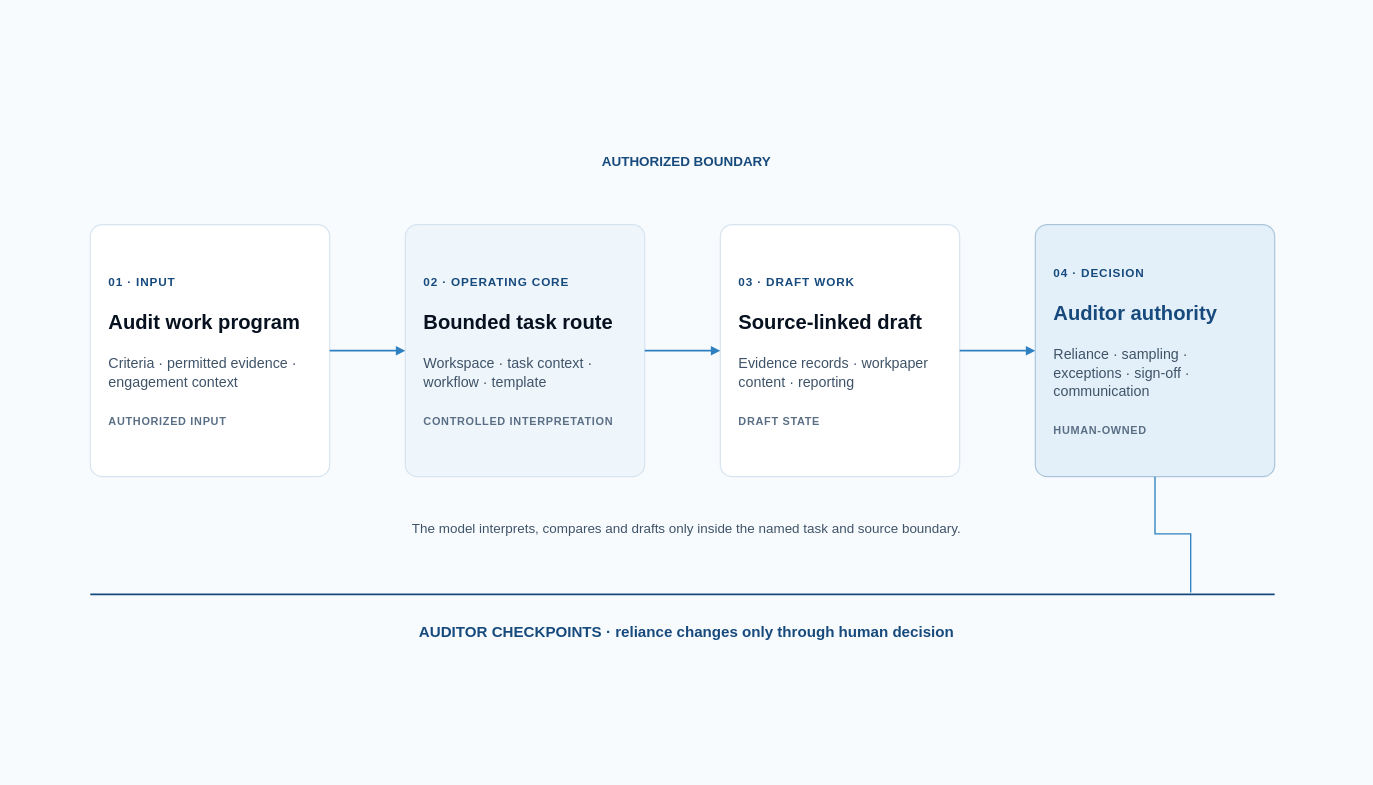
Above: aeos/assets/source/aeos-operating-model.drawio in busera/busera.github.io (draw.io), before the change. Source tidied: cells renumbered, new cells numbered last; positions are measured from the earlier drawing's top-left corner, leaving out a move shared by most shapes. Both pictures are drawn from the tidied source at 84%, with x=0, y=0 at pixel (64, 60).
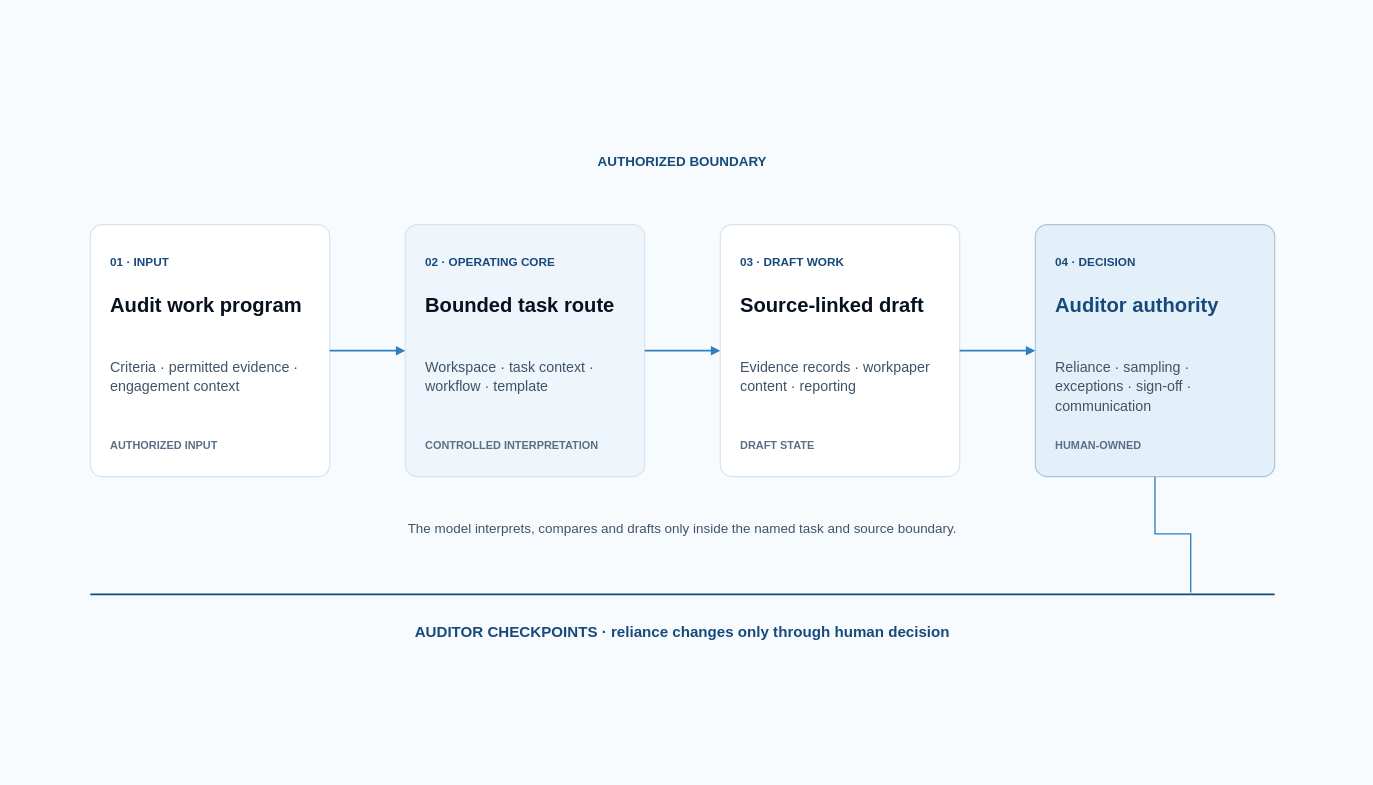
The same page after the edit.

Commit message (it also covers changes not shown here):
fix(aeos): align diagram typography

The edit, as a diff of the source:
```diff
@@
     <mxCell id="2" style="shape=rectangle;fillColor=none;strokeColor=none;opacity=0;html=1;" parent="1" vertex="1">
-      <mxGeometry width="1482.5" height="792.5" as="geometry" />
+      <mxGeometry x="-59" y="-54" width="1600" height="900" as="geometry" />
     </mxCell>
-    <mxCell id="3" value="&lt;div style=&quot;line-height:1.25;&quot;&gt;&lt;span style=&quot;font-size:14px;font-weight:700;letter-spacing:1px;color:#174A7C;&quot;&gt;01 · INPUT&lt;/span&gt;&lt;br&gt;&lt;br&gt;&lt;span style=&quot;font-size:24px;font-weight:700;color:#07111F;&quot;&gt;Audit work program&lt;/span&gt;&lt;br&gt;&lt;br&gt;&lt;span style=&quot;font-size:17px;color:#3F5368;&quot;&gt;Criteria · permitted evidence · engagement context&lt;/span&gt;&lt;br&gt;&lt;br&gt;&lt;span style=&quot;font-size:13px;font-weight:700;letter-spacing:0.8px;color:#5A6F85;&quot;&gt;AUTHORIZED INPUT&lt;/span&gt;&lt;/div&gt;" style="rounded=1;arcSize=5;whiteSpace=wrap;html=1;fillColor=#FFFFFF;strokeColor=#D6E4F0;strokeWidth=1.4;align=left;verticalAlign=middle;fontFamily=Helvetica;fontSize=18;fontColor=#07111F;spacingTop=18;spacingBottom=18;spacingLeft=20;spacingRight=20;shadow=0;" parent="1" vertex="1">
+    <mxCell id="3" style="rounded=1;arcSize=5;whiteSpace=wrap;html=1;fillColor=#FFFFFF;strokeColor=#D6E4F0;strokeWidth=1.4;shadow=0;" parent="1" vertex="1">
       <mxGeometry x="31" y="196" width="285" height="300" as="geometry" />
     </mxCell>
+    <mxCell id="16" value="01 · INPUT" style="text;html=1;whiteSpace=wrap;overflow=hidden;strokeColor=none;fillColor=none;spacing=0;spacingTop=0;spacingBottom=0;spacingLeft=0;spacingRight=0;align=left;verticalAlign=top;fontFamily=Helvetica;fontColor=#174A7C;fontSize=14;fontStyle=1;" parent="1" vertex="1">
+      <mxGeometry x="55" y="228" width="237" height="22" as="geometry" />
+    </mxCell>
+    <mxCell id="17" value="Audit work program" style="text;html=1;whiteSpace=wrap;overflow=hidden;strokeColor=none;fillColor=none;spacing=0;spacingTop=0;spacingBottom=0;spacingLeft=0;spacingRight=0;align=left;verticalAlign=top;fontFamily=Helvetica;fontColor=#07111F;fontSize=24;fontStyle=1;" parent="1" vertex="1">
+      <mxGeometry x="55" y="274" width="237" height="58" as="geometry" />
+    </mxCell>
+    <mxCell id="18" value="&lt;div style=&quot;line-height:1.35;&quot;&gt;Criteria · permitted evidence ·&lt;br&gt;engagement context&lt;/div&gt;" style="text;html=1;whiteSpace=wrap;overflow=hidden;strokeColor=none;fillColor=none;spacing=0;spacingTop=0;spacingBottom=0;spacingLeft=0;spacingRight=0;align=left;verticalAlign=top;fontFamily=Helvetica;fontColor=#3F5368;fontSize=17;fontStyle=0;" parent="1" vertex="1">
+      <mxGeometry x="55" y="351" width="237" height="74" as="geometry" />
+    </mxCell>
+    <mxCell id="19" value="AUTHORIZED INPUT" style="text;html=1;whiteSpace=wrap;overflow=hidden;strokeColor=none;fillColor=none;spacing=0;spacingTop=0;spacingBottom=0;spacingLeft=0;spacingRight=0;align=left;verticalAlign=top;fontFamily=Helvetica;fontColor=#5A6F85;fontSize=13;fontStyle=1;" parent="1" vertex="1">
+      <mxGeometry x="55" y="446" width="237" height="22" as="geometry" />
+    </mxCell>
-    <mxCell id="4" value="&lt;div style=&quot;line-height:1.25;&quot;&gt;&lt;span style=&quot;font-size:14px;font-weight:700;letter-spacing:1px;color:#174A7C;&quot;&gt;02 · OPERATING CORE&lt;/span&gt;&lt;br&gt;&lt;br&gt;&lt;span style=&quot;font-size:24px;font-weight:700;color:#07111F;&quot;&gt;Bounded task route&lt;/span&gt;&lt;br&gt;&lt;br&gt;&lt;span style=&quot;font-size:17px;color:#3F5368;&quot;&gt;Workspace · task context · workflow · template&lt;/span&gt;&lt;br&gt;&lt;br&gt;&lt;span style=&quot;font-size:13px;font-weight:700;letter-spacing:0.8px;color:#5A6F85;&quot;&gt;CONTROLLED INTERPRETATION&lt;/span&gt;&lt;/div&gt;" style="rounded=1;arcSize=5;whiteSpace=wrap;html=1;fillColor=#EEF5FB;strokeColor=#D6E4F0;strokeWidth=1.4;align=left;verticalAlign=middle;fontFamily=Helvetica;fontSize=18;fontColor=#07111F;spacingTop=18;spacingBottom=18;spacingLeft=20;spacingRight=20;shadow=0;" parent="1" vertex="1">
+    <mxCell id="4" style="rounded=1;arcSize=5;whiteSpace=wrap;html=1;fillColor=#EEF5FB;strokeColor=#D6E4F0;strokeWidth=1.4;shadow=0;" parent="1" vertex="1">
       <mxGeometry x="406" y="196" width="285" height="300" as="geometry" />
     </mxCell>
+    <mxCell id="20" value="02 · OPERATING CORE" style="text;html=1;whiteSpace=wrap;overflow=hidden;strokeColor=none;fillColor=none;spacing=0;spacingTop=0;spacingBottom=0;spacingLeft=0;spacingRight=0;align=left;verticalAlign=top;fontFamily=Helvetica;fontColor=#174A7C;fontSize=14;fontStyle=1;" parent="1" vertex="1">
+      <mxGeometry x="430" y="228" width="237" height="22" as="geometry" />
+    </mxCell>
+    <mxCell id="21" value="Bounded task route" style="text;html=1;whiteSpace=wrap;overflow=hidden;strokeColor=none;fillColor=none;spacing=0;spacingTop=0;spacingBottom=0;spacingLeft=0;spacingRight=0;align=left;verticalAlign=top;fontFamily=Helvetica;fontColor=#07111F;fontSize=24;fontStyle=1;" parent="1" vertex="1">
+      <mxGeometry x="430" y="274" width="237" height="58" as="geometry" />
+    </mxCell>
+    <mxCell id="22" value="&lt;div style=&quot;line-height:1.35;&quot;&gt;Workspace · task context ·&lt;br&gt;workflow · template&lt;/div&gt;" style="text;html=1;whiteSpace=wrap;overflow=hidden;strokeColor=none;fillColor=none;spacing=0;spacingTop=0;spacingBottom=0;spacingLeft=0;spacingRight=0;align=left;verticalAlign=top;fontFamily=Helvetica;fontColor=#3F5368;fontSize=17;fontStyle=0;" parent="1" vertex="1">
+      <mxGeometry x="430" y="351" width="237" height="74" as="geometry" />
+    </mxCell>
+    <mxCell id="23" value="CONTROLLED INTERPRETATION" style="text;html=1;whiteSpace=wrap;overflow=hidden;strokeColor=none;fillColor=none;spacing=0;spacingTop=0;spacingBottom=0;spacingLeft=0;spacingRight=0;align=left;verticalAlign=top;fontFamily=Helvetica;fontColor=#5A6F85;fontSize=13;fontStyle=1;" parent="1" vertex="1">
+      <mxGeometry x="430" y="446" width="237" height="22" as="geometry" />
+    </mxCell>
-    <mxCell id="5" value="&lt;div style=&quot;line-height:1.25;&quot;&gt;&lt;span style=&quot;font-size:14px;font-weight:700;letter-spacing:1px;color:#174A7C;&quot;&gt;03 · DRAFT WORK&lt;/span&gt;&lt;br&gt;&lt;br&gt;&lt;span style=&quot;font-size:24px;font-weight:700;color:#07111F;&quot;&gt;Source-linked draft&lt;/span&gt;&lt;br&gt;&lt;br&gt;&lt;span style=&quot;font-size:17px;color:#3F5368;&quot;&gt;Evidence records · workpaper content · reporting&lt;/span&gt;&lt;br&gt;&lt;br&gt;&lt;span style=&quot;font-size:13px;font-weight:700;letter-spacing:0.8px;color:#5A6F85;&quot;&gt;DRAFT STATE&lt;/span&gt;&lt;/div&gt;" style="rounded=1;arcSize=5;whiteSpace=wrap;html=1;fillColor=#FFFFFF;strokeColor=#D6E4F0;strokeWidth=1.4;align=left;verticalAlign=middle;fontFamily=Helvetica;fontSize=18;fontColor=#07111F;spacingTop=18;spacingBottom=18;spacingLeft=20;spacingRight=20;shadow=0;" parent="1" vertex="1">
+    <mxCell id="5" style="rounded=1;arcSize=5;whiteSpace=wrap;html=1;fillColor=#FFFFFF;strokeColor=#D6E4F0;strokeWidth=1.4;shadow=0;" parent="1" vertex="1">
       <mxGeometry x="781" y="196" width="285" height="300" as="geometry" />
     </mxCell>
+    <mxCell id="24" value="03 · DRAFT WORK" style="text;html=1;whiteSpace=wrap;overflow=hidden;strokeColor=none;fillColor=none;spacing=0;spacingTop=0;spacingBottom=0;spacingLeft=0;spacingRight=0;align=left;verticalAlign=top;fontFamily=Helvetica;fontColor=#174A7C;fontSize=14;fontStyle=1;" parent="1" vertex="1">
+      <mxGeometry x="805" y="228" width="237" height="22" as="geometry" />
+    </mxCell>
+    <mxCell id="25" value="Source-linked draft" style="text;html=1;whiteSpace=wrap;overflow=hidden;strokeColor=none;fillColor=none;spacing=0;spacingTop=0;spacingBottom=0;spacingLeft=0;spacingRight=0;align=left;verticalAlign=top;fontFamily=Helvetica;fontColor=#07111F;fontSize=24;fontStyle=1;" parent="1" vertex="1">
+      <mxGeometry x="805" y="274" width="237" height="58" as="geometry" />
+    </mxCell>
+    <mxCell id="26" value="&lt;div style=&quot;line-height:1.35;&quot;&gt;Evidence records · workpaper&lt;br&gt;content · reporting&lt;/div&gt;" style="text;html=1;whiteSpace=wrap;overflow=hidden;strokeColor=none;fillColor=none;spacing=0;spacingTop=0;spacingBottom=0;spacingLeft=0;spacingRight=0;align=left;verticalAlign=top;fontFamily=Helvetica;fontColor=#3F5368;fontSize=17;fontStyle=0;" parent="1" vertex="1">
+      <mxGeometry x="805" y="351" width="237" height="74" as="geometry" />
+    </mxCell>
+    <mxCell id="27" value="DRAFT STATE" style="text;html=1;whiteSpace=wrap;overflow=hidden;strokeColor=none;fillColor=none;spacing=0;spacingTop=0;spacingBottom=0;spacingLeft=0;spacingRight=0;align=left;verticalAlign=top;fontFamily=Helvetica;fontColor=#5A6F85;fontSize=13;fontStyle=1;" parent="1" vertex="1">
+      <mxGeometry x="805" y="446" width="237" height="22" as="geometry" />
+    </mxCell>
-    <mxCell id="6" value="&lt;div style=&quot;line-height:1.25;&quot;&gt;&lt;span style=&quot;font-size:14px;font-weight:700;letter-spacing:1px;color:#174A7C;&quot;&gt;04 · DECISION&lt;/span&gt;&lt;br&gt;&lt;br&gt;&lt;span style=&quot;font-size:24px;font-weight:700;color:#174A7C;&quot;&gt;Auditor authority&lt;/span&gt;&lt;br&gt;&lt;br&gt;&lt;span style=&quot;font-size:17px;color:#3F5368;&quot;&gt;Reliance · sampling · exceptions · sign-off · communication&lt;/span&gt;&lt;br&gt;&lt;br&gt;&lt;span style=&quot;font-size:13px;font-weight:700;letter-spacing:0.8px;color:#5A6F85;&quot;&gt;HUMAN-OWNED&lt;/span&gt;&lt;/div&gt;" style="rounded=1;arcSize=5;whiteSpace=wrap;html=1;fillColor=#E4F0F9;strokeColor=#AAC5DA;strokeWidth=1.4;align=left;verticalAlign=middle;fontFamily=Helvetica;fontSize=18;fontColor=#07111F;spacingTop=18;spacingBottom=18;spacingLeft=20;spacingRight=20;shadow=0;" parent="1" vertex="1">
+    <mxCell id="6" style="rounded=1;arcSize=5;whiteSpace=wrap;html=1;fillColor=#E4F0F9;strokeColor=#AAC5DA;strokeWidth=1.4;shadow=0;" parent="1" vertex="1">
       <mxGeometry x="1156" y="196" width="285" height="300" as="geometry" />
     </mxCell>
+    <mxCell id="28" value="04 · DECISION" style="text;html=1;whiteSpace=wrap;overflow=hidden;strokeColor=none;fillColor=none;spacing=0;spacingTop=0;spacingBottom=0;spacingLeft=0;spacingRight=0;align=left;verticalAlign=top;fontFamily=Helvetica;fontColor=#174A7C;fontSize=14;fontStyle=1;" parent="1" vertex="1">
+      <mxGeometry x="1180" y="228" width="237" height="22" as="geometry" />
+    </mxCell>
+    <mxCell id="29" value="Auditor authority" style="text;html=1;whiteSpace=wrap;overflow=hidden;strokeColor=none;fillColor=none;spacing=0;spacingTop=0;spacingBottom=0;spacingLeft=0;spacingRight=0;align=left;verticalAlign=top;fontFamily=Helvetica;fontColor=#174A7C;fontSize=24;fontStyle=1;" parent="1" vertex="1">
+      <mxGeometry x="1180" y="274" width="237" height="58" as="geometry" />
+    </mxCell>
+    <mxCell id="30" value="&lt;div style=&quot;line-height:1.35;&quot;&gt;Reliance · sampling ·&lt;br&gt;exceptions · sign-off ·&lt;br&gt;communication&lt;/div&gt;" style="text;html=1;whiteSpace=wrap;overflow=hidden;strokeColor=none;fillColor=none;spacing=0;spacingTop=0;spacingBottom=0;spacingLeft=0;spacingRight=0;align=left;verticalAlign=top;fontFamily=Helvetica;fontColor=#3F5368;fontSize=17;fontStyle=0;" parent="1" vertex="1">
+      <mxGeometry x="1180" y="351" width="237" height="74" as="geometry" />
+    </mxCell>
+    <mxCell id="31" value="HUMAN-OWNED" style="text;html=1;whiteSpace=wrap;overflow=hidden;strokeColor=none;fillColor=none;spacing=0;spacingTop=0;spacingBottom=0;spacingLeft=0;spacingRight=0;align=left;verticalAlign=top;fontFamily=Helvetica;fontColor=#5A6F85;fontSize=13;fontStyle=1;" parent="1" vertex="1">
+      <mxGeometry x="1180" y="446" width="237" height="22" as="geometry" />
+    </mxCell>
@@
     <mxCell id="10" value="AUTHORIZED BOUNDARY" style="text;html=1;whiteSpace=wrap;overflow=hidden;align=center;verticalAlign=middle;fontFamily=Helvetica;fontColor=#174A7C;fontSize=16;fontStyle=1;strokeColor=none;fillColor=none;" parent="1" vertex="1">
-      <mxGeometry x="456" y="101" width="570" height="40" as="geometry" />
+      <mxGeometry x="451" y="101" width="570" height="40" as="geometry" />
     </mxCell>
@@
     <mxCell id="12" value="AUDITOR CHECKPOINTS · reliance changes only through human decision" style="text;html=1;whiteSpace=wrap;overflow=hidden;align=center;verticalAlign=middle;fontFamily=Helvetica;fontColor=#174A7C;fontSize=18;fontStyle=1;strokeColor=none;fillColor=none;" parent="1" vertex="1">
-      <mxGeometry x="351" y="658" width="780" height="46" as="geometry" />
+      <mxGeometry x="346" y="658" width="780" height="46" as="geometry" />
     </mxCell>
@@
     <mxCell id="15" value="The model interprets, compares and drafts only inside the named task and source boundary." style="text;html=1;whiteSpace=wrap;overflow=hidden;align=center;verticalAlign=middle;fontFamily=Helvetica;fontColor=#3F5368;fontSize=16;fontStyle=0;strokeColor=none;fillColor=none;" parent="1" vertex="1">
-      <mxGeometry x="331" y="531" width="820" height="52" as="geometry" />
+      <mxGeometry x="326" y="531" width="820" height="52" as="geometry" />
     </mxCell>
```
